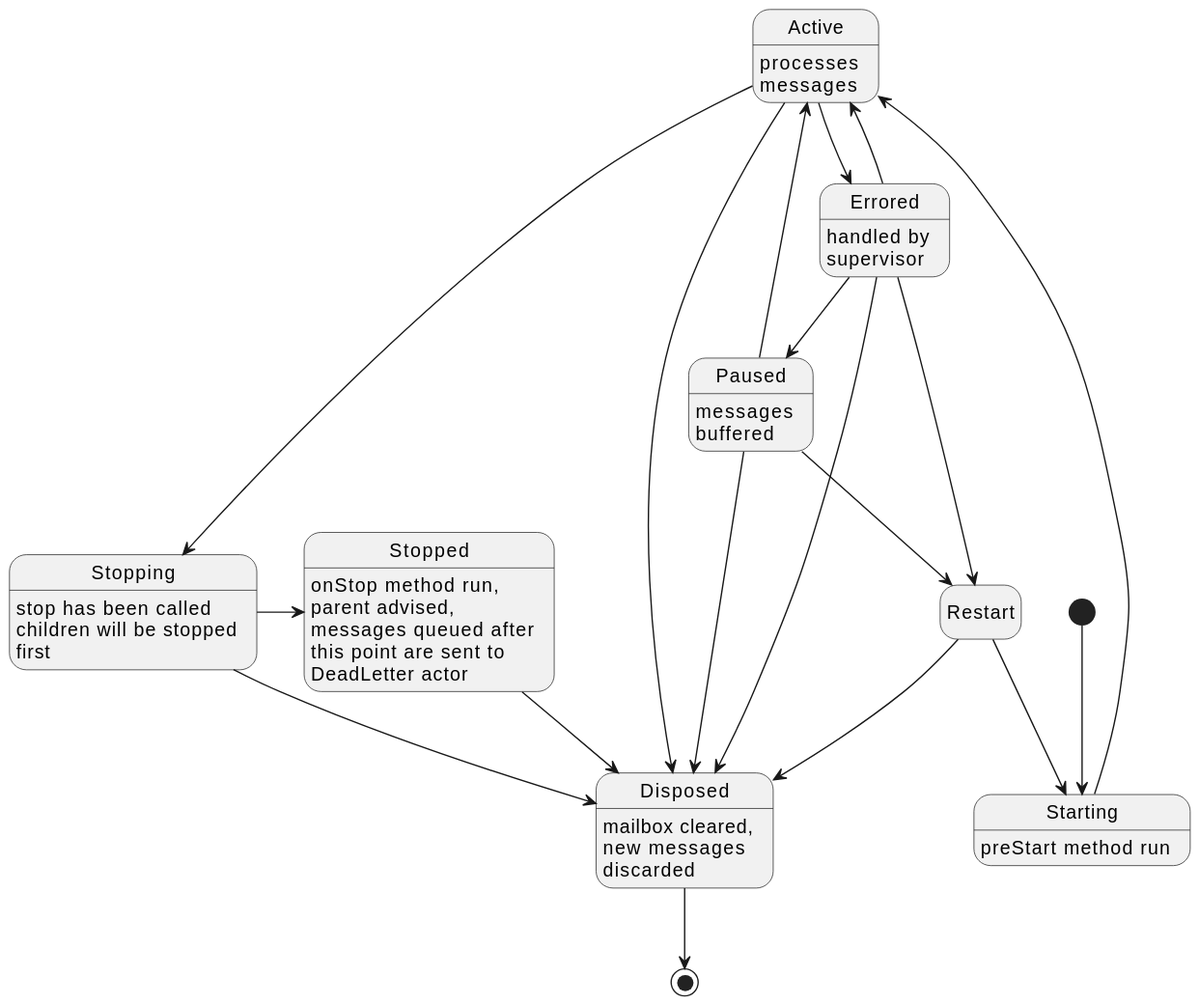
Above: src/docs/state-diagram.svg in davidmoten/reels (PlantUML), before the change.
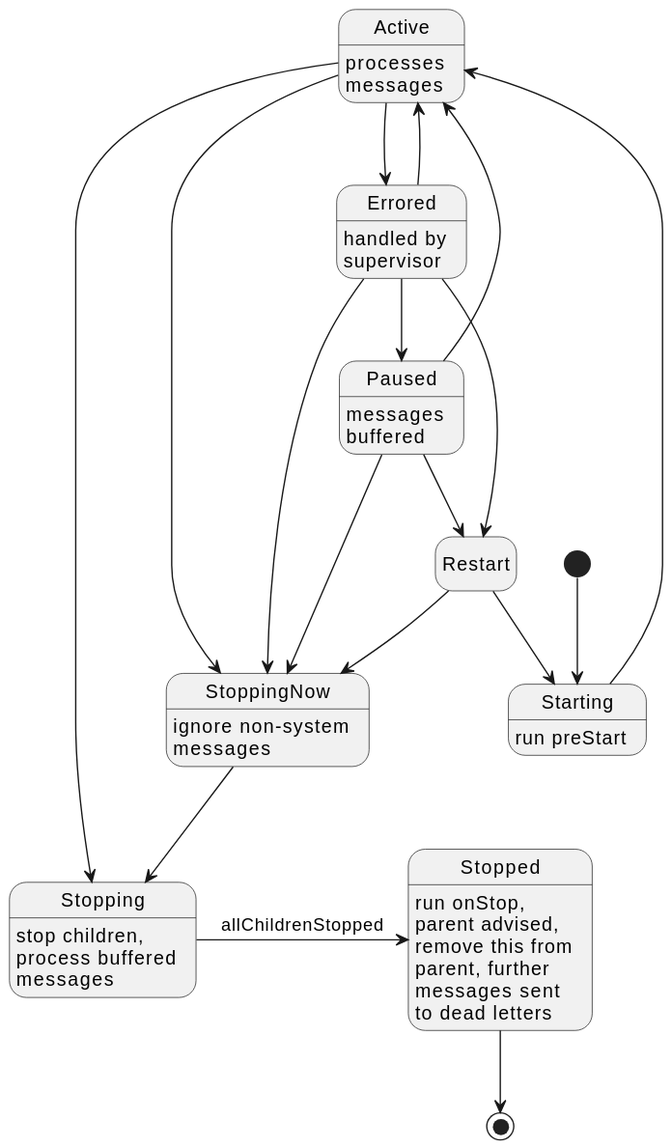
Later version of the same file.

The edit, as a diff of the source:
```diff
@@ -3,28 +3,27 @@
 [*] --> Starting
 Starting --> Active
 Active --> Stopping
-Stopping -> Stopped
-Active --> Disposed
-Stopping --> Disposed
-Stopped --> Disposed
+Stopping -> Stopped: allChildrenStopped
+Active --> StoppingNow
+StoppingNow --> Stopping
 Paused --> Restart
 Paused --> Active
 Restart --> Starting
-Paused --> Disposed
-Disposed --> [*]
+Paused --> StoppingNow
+Stopped --> [*]
 Active --> Errored
 Errored --> Active
-Errored --> Disposed
+Errored --> StoppingNow
 Errored --> Restart
 Errored --> Paused
-Restart --> Disposed
+Restart --> StoppingNow
 
 Active: processes\nmessages
-Stopping: stop has been called\nchildren will be stopped\nfirst
-Stopped: onStop method run,\nparent advised,\nmessages queued after\nthis point are sent to\nDeadLetter actor
+Stopping: stop children,\nprocess buffered\nmessages
+Stopped: run onStop,\nparent advised,\nremove this from\nparent, further\nmessages sent\nto dead letters
 Paused: messages\nbuffered
-Disposed: mailbox cleared,\nnew messages\ndiscarded
 Errored: handled by\nsupervisor
-Starting: preStart method run
+Starting: run preStart
+StoppingNow: ignore non-system\nmessages
 
 @enduml
```
